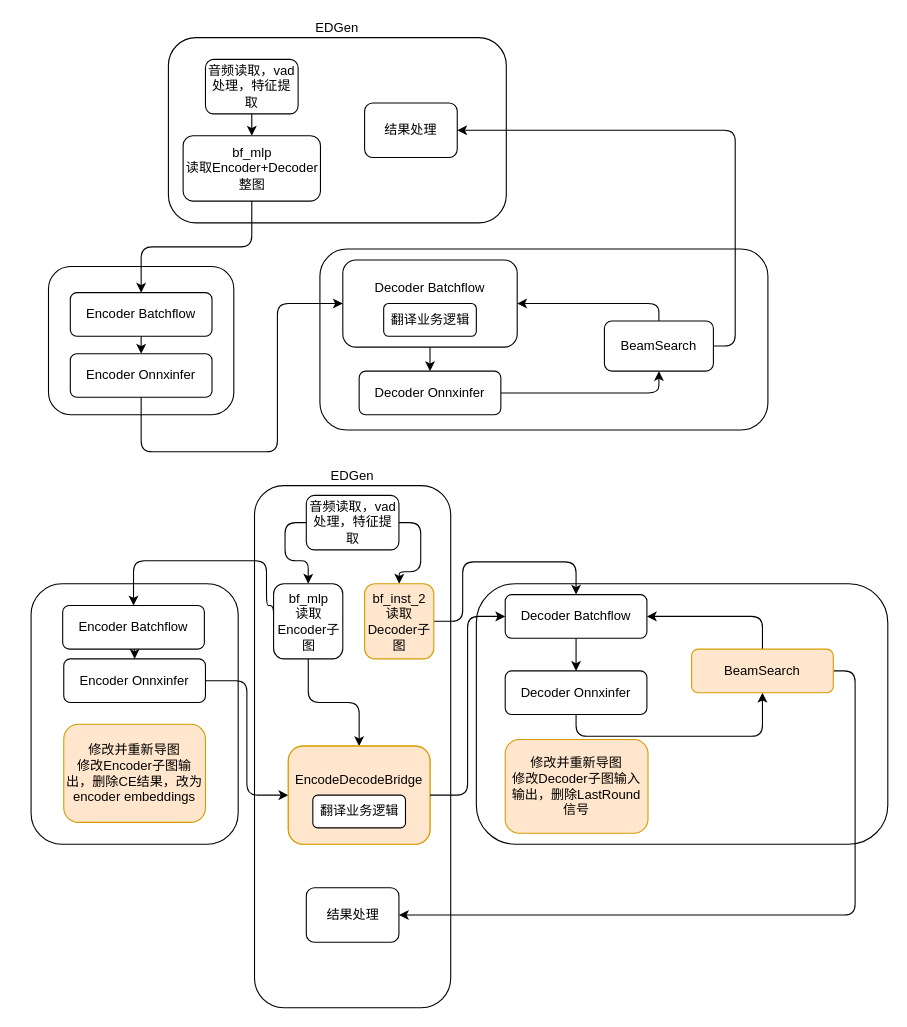
The draw.io diagram Image/多语种同传大模型encode-decode拆分新解决方案.drawio in jcchouz/ImageHosting, before the edit. Source tidied: cells renumbered, new cells numbered last; positions are measured from the earlier drawing's top-left corner, leaving out a move shared by most shapes. Both pictures are drawn from the tidied source at 109%, with x=0, y=0 at pixel (31, 37).
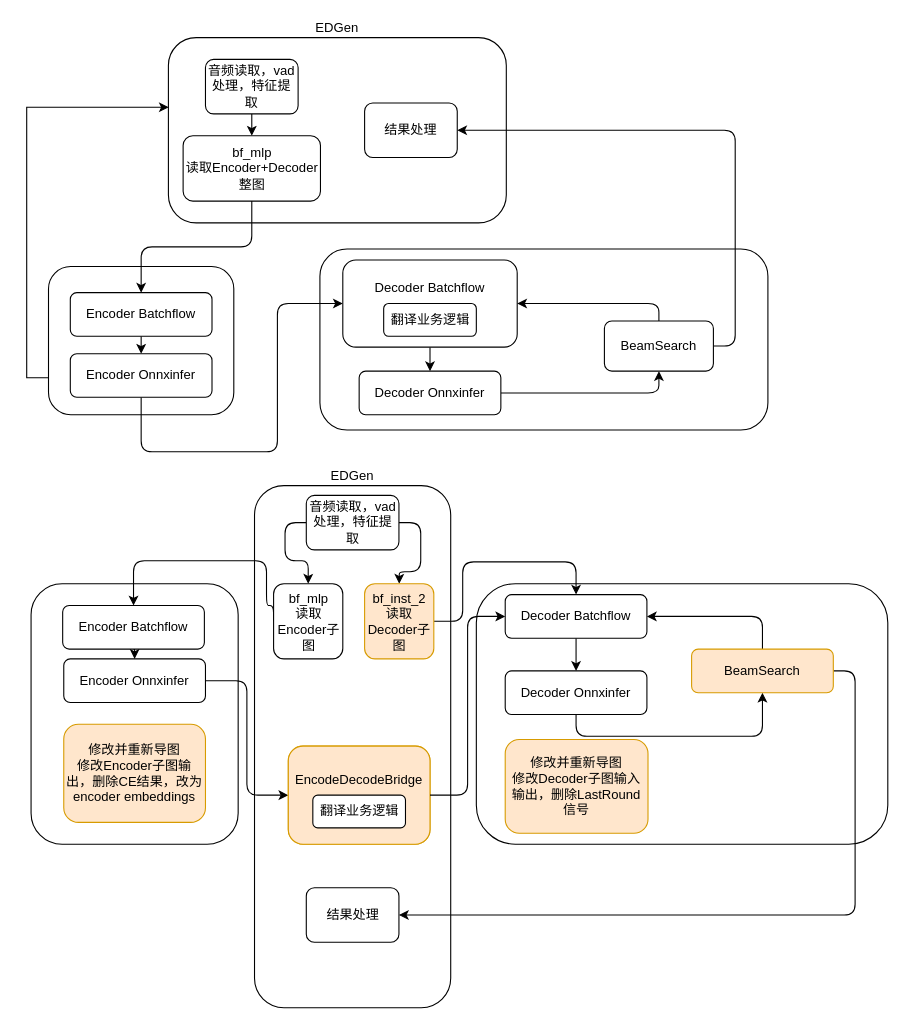
The same page after the edit.

Commit message:
Update 多语种同传大模型encode-decode拆分新解决方案.drawio

Unchanged cells that the change refers to:
```xml
<mxCell id="5" style="rounded=1;whiteSpace=wrap;html=1;" parent="1" vertex="1">
  <mxGeometry x="16" y="210" width="170" height="136" as="geometry" />
</mxCell>
<mxCell id="6" value="EDGen" style="rounded=1;whiteSpace=wrap;html=1;labelPosition=center;verticalLabelPosition=top;align=center;verticalAlign=bottom;" parent="1" vertex="1">
  <mxGeometry x="126" width="310" height="170" as="geometry" />
</mxCell>
<mxCell id="42" value="bf_mlp&lt;div&gt;读取Encoder子图&lt;/div&gt;" style="rounded=1;whiteSpace=wrap;html=1;" parent="1" vertex="1">
  <mxGeometry x="222.5" y="501" width="63.5" height="69" as="geometry" />
</mxCell>
<mxCell id="44" value="EncodeDecodeBridge&lt;div&gt;&lt;br&gt;&lt;/div&gt;&lt;div&gt;&lt;br&gt;&lt;/div&gt;" style="rounded=1;whiteSpace=wrap;html=1;fillColor=#ffe6cc;strokeColor=#d79b00;" parent="43" vertex="1">
  <mxGeometry width="130" height="90" as="geometry" />
</mxCell>
```

What changed in the source:
```diff
@@
-    <mxCell id="41" style="edgeStyle=orthogonalEdgeStyle;rounded=1;jettySize=auto;html=1;" parent="1" edge="1" source="42" target="44">
-      <mxGeometry relative="1" as="geometry" />
-    </mxCell>
@@
+    <mxCell id="51" style="edgeStyle=orthogonalEdgeStyle;rounded=0;jettySize=auto;html=1;exitX=0;exitY=0.75;exitDx=0;exitDy=0;entryX=0.001;entryY=0.376;entryDx=0;entryDy=0;entryPerimeter=0;" parent="1" edge="1" source="5" target="6">
+      <mxGeometry relative="1" as="geometry" />
+    </mxCell>
```
